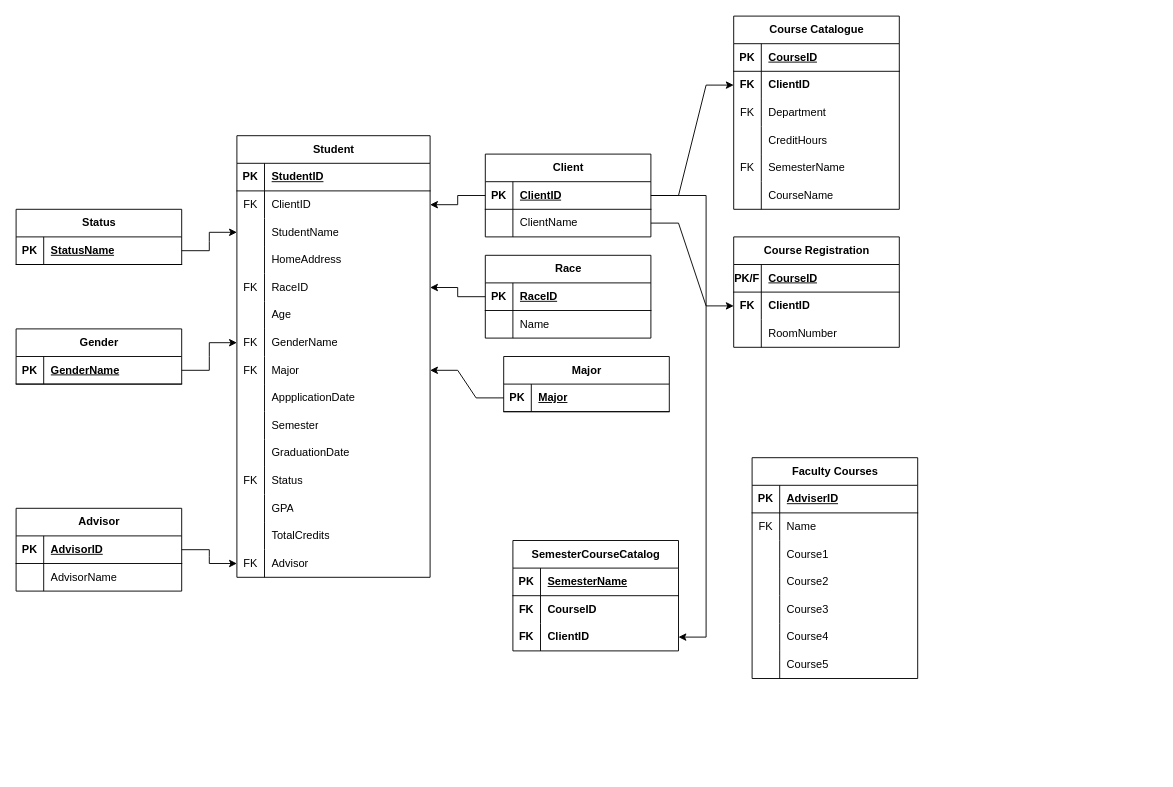
Earlier version of the draw.io diagram Project 4.drawio (dkim28/dkim28). Source tidied: cells renumbered, new cells numbered last; positions are measured from the earlier drawing's top-left corner, leaving out a move shared by most shapes. Both pictures are drawn from the tidied source at 92%, with x=0, y=0 at pixel (16, 16).
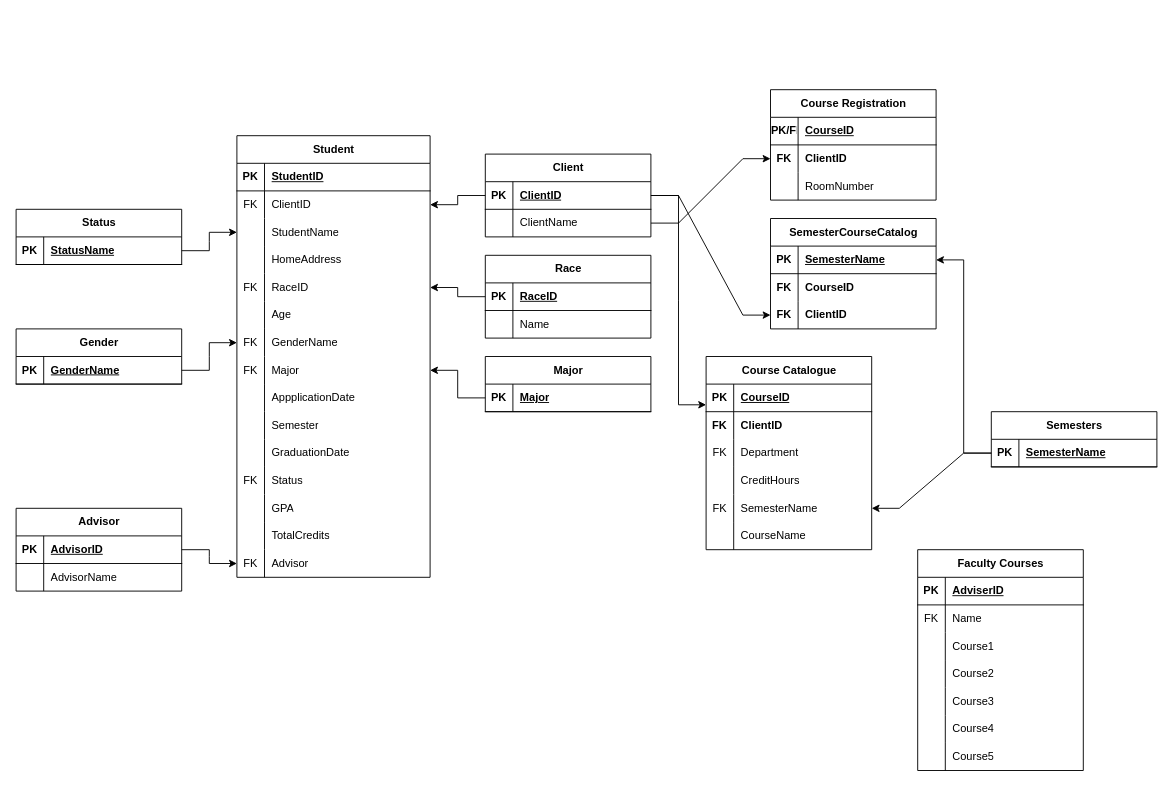
After the change.

The change refers to these unchanged cells:
```xml
<mxCell id="49" style="shape=tableRow;horizontal=0;startSize=0;swimlaneHead=0;swimlaneBody=0;fillColor=none;points=[[0,0.5],[1,0.5]];portConstraint=eastwest;top=0;left=0;right=0;bottom=1;" parent="48" vertex="1">
  <mxGeometry y="30" width="180" height="30" as="geometry" />
</mxCell>
<mxCell id="52" style="shape=tableRow;horizontal=0;startSize=0;swimlaneHead=0;swimlaneBody=0;fillColor=none;points=[[0,0.5],[1,0.5]];portConstraint=eastwest;top=0;left=0;right=0;bottom=0;" parent="48" vertex="1">
  <mxGeometry y="60" width="180" height="30" as="geometry" />
</mxCell>
<mxCell id="59" style="shape=tableRow;horizontal=0;startSize=0;swimlaneHead=0;swimlaneBody=0;fillColor=none;points=[[0,0.5],[1,0.5]];portConstraint=eastwest;top=0;left=0;right=0;bottom=0;" parent="55" vertex="1">
  <mxGeometry y="60" width="180" height="30" as="geometry" />
</mxCell>
<mxCell id="69" style="shape=tableRow;horizontal=0;startSize=0;swimlaneHead=0;swimlaneBody=0;fillColor=none;points=[[0,0.5],[1,0.5]];portConstraint=eastwest;top=0;left=0;right=0;bottom=0;" parent="65" vertex="1">
  <mxGeometry y="60" width="180" height="30" as="geometry" />
</mxCell>
<mxCell id="78" style="shape=tableRow;horizontal=0;startSize=0;swimlaneHead=0;swimlaneBody=0;fillColor=none;points=[[0,0.5],[1,0.5]];portConstraint=eastwest;top=0;left=0;right=0;bottom=0;" parent="65" vertex="1">
  <mxGeometry y="150" width="180" height="30" as="geometry" />
</mxCell>
<mxCell id="141" style="shape=tableRow;horizontal=0;startSize=0;swimlaneHead=0;swimlaneBody=0;fillColor=none;points=[[0,0.5],[1,0.5]];portConstraint=eastwest;top=0;left=0;right=0;bottom=1;" parent="140" vertex="1">
  <mxGeometry y="30" width="180" height="30" as="geometry" />
</mxCell>
```

Change to the diagram source:
```diff
@@
     <mxCell id="55" value="Course Registration" style="shape=table;startSize=30;childLayout=tableLayout;rowLines=0;fontStyle=1;align=center;html=1;" parent="1" vertex="1">
-      <mxGeometry x="780" y="240" width="180" height="120" as="geometry" />
+      <mxGeometry x="820" y="80" width="180" height="120" as="geometry" />
     </mxCell>
@@
     <mxCell id="65" value="Course Catalogue" style="shape=table;startSize=30;childLayout=tableLayout;rowLines=0;fontStyle=1;align=center;html=1;" parent="1" vertex="1">
-      <mxGeometry x="780" width="180" height="210" as="geometry" />
+      <mxGeometry x="750" y="370" width="180" height="210" as="geometry" />
     </mxCell>
@@
     <mxCell id="84" value="Faculty Courses" style="shape=table;startSize=30;childLayout=tableLayout;rowLines=0;fontStyle=1;align=center;html=1;" parent="1" vertex="1">
-      <mxGeometry x="800" y="480" width="180" height="240" as="geometry" />
+      <mxGeometry x="980" y="580" width="180" height="240" as="geometry" />
     </mxCell>
@@
     <mxCell id="113" value="Major" style="shape=table;startSize=30;childLayout=tableLayout;rowLines=0;fontStyle=1;align=center;html=1;" parent="1" vertex="1">
-      <mxGeometry x="530" y="370" width="180" height="60" as="geometry" />
+      <mxGeometry x="510" y="370" width="180" height="60" as="geometry" />
     </mxCell>
@@
-    <mxCell id="138" style="edgeStyle=entityRelationEdgeStyle;fontSize=12;html=1;endArrow=classic;endFill=1;rounded=0;exitX=1;exitY=0.5;exitDx=0;exitDy=0;entryX=0;entryY=0.5;entryDx=0;entryDy=0;" parent="1" edge="1" source="49" target="69">
-      <mxGeometry relative="1" as="geometry" />
-    </mxCell>
-    <mxCell id="139" style="edgeStyle=entityRelationEdgeStyle;fontSize=12;html=1;endArrow=classic;endFill=1;rounded=0;exitX=1;exitY=0.5;exitDx=0;exitDy=0;" parent="1" edge="1" source="52" target="59">
+    <mxCell id="139" style="edgeStyle=entityRelationEdgeStyle;fontSize=12;html=1;endArrow=classic;endFill=1;rounded=0;entryX=0;entryY=0.5;entryDx=0;entryDy=0;" parent="1" edge="1" source="52" target="59">
       <mxGeometry relative="1" as="geometry" />
     </mxCell>
     <mxCell id="140" value="SemesterCourseCatalog" style="shape=table;startSize=30;childLayout=tableLayout;rowLines=0;fontStyle=1;align=center;html=1;" parent="1" vertex="1">
-      <mxGeometry x="540" y="570" width="180" height="120" as="geometry" />
+      <mxGeometry x="820" y="220" width="180" height="120" as="geometry" />
     </mxCell>
@@
+    <mxCell id="151" value="Semesters" style="shape=table;startSize=30;childLayout=tableLayout;rowLines=0;fontStyle=1;align=center;html=1;" parent="1" vertex="1">
+      <mxGeometry x="1060" y="430" width="180" height="60" as="geometry" />
+    </mxCell>
+    <mxCell id="152" style="shape=tableRow;horizontal=0;startSize=0;swimlaneHead=0;swimlaneBody=0;fillColor=none;points=[[0,0.5],[1,0.5]];portConstraint=eastwest;top=0;left=0;right=0;bottom=1;" parent="151" vertex="1">
+      <mxGeometry y="30" width="180" height="30" as="geometry" />
+    </mxCell>
+    <mxCell id="153" value="PK" style="shape=partialRectangle;fillColor=none;top=0;left=0;bottom=0;right=0;fontStyle=1;overflow=hidden;whiteSpace=wrap;html=1;" parent="152" vertex="1">
+      <mxGeometry width="30" height="30" as="geometry" />
+    </mxCell>
+    <mxCell id="154" value="SemesterName" style="shape=partialRectangle;fillColor=none;top=0;left=0;bottom=0;right=0;align=left;spacingLeft=6;fontStyle=5;overflow=hidden;whiteSpace=wrap;html=1;" parent="152" vertex="1">
+      <mxGeometry x="30" width="150" height="30" as="geometry" />
+    </mxCell>
+    <mxCell id="155" style="edgeStyle=entityRelationEdgeStyle;fontSize=12;html=1;endArrow=classic;endFill=1;rounded=0;exitX=0;exitY=0.5;exitDx=0;exitDy=0;entryX=1;entryY=0.5;entryDx=0;entryDy=0;" parent="1" edge="1" source="152" target="141">
+      <mxGeometry relative="1" as="geometry" />
+    </mxCell>
+    <mxCell id="156" style="edgeStyle=entityRelationEdgeStyle;fontSize=12;html=1;endArrow=classic;endFill=1;rounded=0;exitX=0;exitY=0.75;exitDx=0;exitDy=0;" parent="1" edge="1" source="151" target="78">
+      <mxGeometry relative="1" as="geometry" />
+    </mxCell>
+    <mxCell id="157" style="edgeStyle=entityRelationEdgeStyle;fontSize=12;html=1;endArrow=classic;endFill=1;rounded=0;entryX=0;entryY=0.25;entryDx=0;entryDy=0;" parent="1" edge="1" source="49" target="65">
+      <mxGeometry relative="1" as="geometry" />
+    </mxCell>
```
